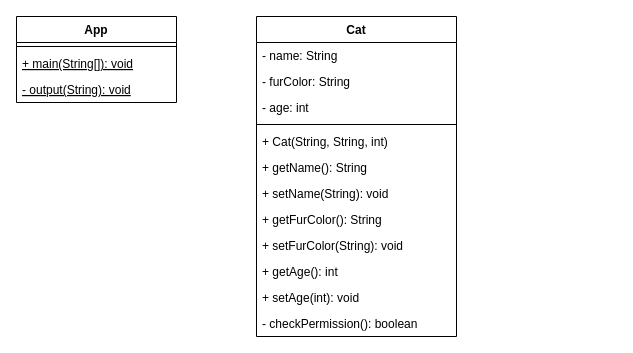
Above: page "App / Cat" (2 of 2) of klassendiagramm.drawio in tkor152-OOP/02_Klassen_Objekte_1 (draw.io), before the change. Source tidied: cells renumbered, new cells numbered last; positions are measured from the earlier drawing's top-left corner, leaving out a move shared by most shapes. Both pictures are drawn from the tidied source at 100%, with x=0, y=0 at pixel (16, 16).
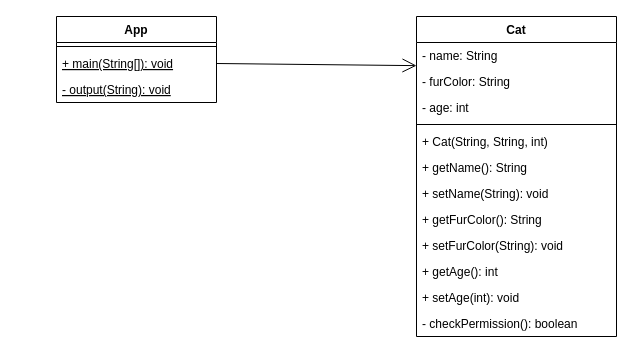
The same diagram, later.

Diff of the diagram source:
```diff
@@
 <mxGraphModel>
   <root>
     <mxCell id="0" />
     <mxCell id="1" parent="0" />
     <mxCell id="2" value="Cat" style="swimlane;fontStyle=1;align=center;verticalAlign=top;horizontal=1;startSize=26;" parent="1" vertex="1">
-      <mxGeometry x="240" width="200" height="320" as="geometry" />
+      <mxGeometry x="400" width="200" height="320" as="geometry" />
     </mxCell>
     <mxCell id="3" value="- name: String" style="text;strokeColor=none;fillColor=none;align=left;verticalAlign=top;spacingLeft=4;spacingRight=4;overflow=hidden;points=[[0,0.5],[1,0.5]];portConstraint=eastwest;" parent="2" vertex="1">
       <mxGeometry y="26" width="200" height="26" as="geometry" />
     </mxCell>
     <mxCell id="4" value="- furColor: String" style="text;strokeColor=none;fillColor=none;align=left;verticalAlign=top;spacingLeft=4;spacingRight=4;overflow=hidden;" parent="2" vertex="1">
       <mxGeometry y="52" width="200" height="26" as="geometry" />
     </mxCell>
     <mxCell id="5" value="- age: int" style="text;strokeColor=none;fillColor=none;align=left;verticalAlign=top;spacingLeft=4;spacingRight=4;overflow=hidden;" parent="2" vertex="1">
       <mxGeometry y="78" width="200" height="26" as="geometry" />
     </mxCell>
     <mxCell id="6" style="line;strokeWidth=1;fillColor=none;align=left;verticalAlign=middle;spacingTop=-1;spacingLeft=3;spacingRight=3;labelPosition=right;strokeColor=inherit;" parent="2" vertex="1">
       <mxGeometry y="104" width="200" height="8" as="geometry" />
     </mxCell>
     <mxCell id="7" value="+ Cat(String, String, int)" style="text;strokeColor=none;fillColor=none;align=left;verticalAlign=top;spacingLeft=4;spacingRight=4;overflow=hidden;" parent="2" vertex="1">
       <mxGeometry y="112" width="200" height="26" as="geometry" />
     </mxCell>
     <mxCell id="8" value="+ getName(): String" style="text;strokeColor=none;fillColor=none;align=left;verticalAlign=top;spacingLeft=4;spacingRight=4;overflow=hidden;" parent="2" vertex="1">
       <mxGeometry y="138" width="200" height="26" as="geometry" />
     </mxCell>
     <mxCell id="9" value="+ setName(String): void" style="text;strokeColor=none;fillColor=none;align=left;verticalAlign=top;spacingLeft=4;spacingRight=4;overflow=hidden;" parent="2" vertex="1">
       <mxGeometry y="164" width="200" height="26" as="geometry" />
     </mxCell>
     <mxCell id="10" value="+ getFurColor(): String" style="text;strokeColor=none;fillColor=none;align=left;verticalAlign=top;spacingLeft=4;spacingRight=4;overflow=hidden;" parent="2" vertex="1">
       <mxGeometry y="190" width="200" height="26" as="geometry" />
     </mxCell>
     <mxCell id="11" value="+ setFurColor(String): void" style="text;strokeColor=none;fillColor=none;align=left;verticalAlign=top;spacingLeft=4;spacingRight=4;overflow=hidden;" parent="2" vertex="1">
       <mxGeometry y="216" width="200" height="26" as="geometry" />
     </mxCell>
     <mxCell id="12" value="+ getAge(): int" style="text;strokeColor=none;fillColor=none;align=left;verticalAlign=top;spacingLeft=4;spacingRight=4;overflow=hidden;" parent="2" vertex="1">
       <mxGeometry y="242" width="200" height="26" as="geometry" />
     </mxCell>
     <mxCell id="13" value="+ setAge(int): void" style="text;strokeColor=none;fillColor=none;align=left;verticalAlign=top;spacingLeft=4;spacingRight=4;overflow=hidden;" parent="2" vertex="1">
       <mxGeometry y="268" width="200" height="26" as="geometry" />
     </mxCell>
     <mxCell id="14" value="- checkPermission(): boolean" style="text;strokeColor=none;fillColor=none;align=left;verticalAlign=top;spacingLeft=4;spacingRight=4;overflow=hidden;" parent="2" vertex="1">
       <mxGeometry y="294" width="200" height="26" as="geometry" />
     </mxCell>
     <mxCell id="15" value="App" style="swimlane;fontStyle=1;align=center;verticalAlign=top;horizontal=1;startSize=26;" parent="1" vertex="1">
-      <mxGeometry width="160" height="86" as="geometry" />
+      <mxGeometry x="40" width="160" height="86" as="geometry" />
     </mxCell>
     <mxCell id="16" style="line;strokeWidth=1;fillColor=none;align=left;verticalAlign=middle;spacingTop=-1;spacingLeft=3;spacingRight=3;labelPosition=right;strokeColor=inherit;" parent="15" vertex="1">
       <mxGeometry y="26" width="160" height="8" as="geometry" />
     </mxCell>
     <mxCell id="17" value="+ main(String[]): void" style="text;strokeColor=none;fillColor=none;align=left;verticalAlign=top;spacingLeft=4;spacingRight=4;overflow=hidden;points=[[0,0.5],[1,0.5]];portConstraint=eastwest;fontStyle=4;" parent="15" vertex="1">
       <mxGeometry y="34" width="160" height="26" as="geometry" />
     </mxCell>
     <mxCell id="18" value="- output(String): void" style="text;strokeColor=none;fillColor=none;align=left;verticalAlign=top;spacingLeft=4;spacingRight=4;overflow=hidden;fontStyle=4;" parent="15" vertex="1">
       <mxGeometry y="60" width="160" height="26" as="geometry" />
     </mxCell>
+    <mxCell id="19" style="endArrow=open;endFill=1;endSize=12;html=1;exitX=1;exitY=0.5;exitDx=0;exitDy=0;entryX=0;entryY=0.89;entryDx=0;entryDy=0;entryPerimeter=0;" parent="1" edge="1" source="17" target="3">
+      <mxGeometry relative="1" as="geometry" />
+    </mxCell>
   </root>
 </mxGraphModel>
```
